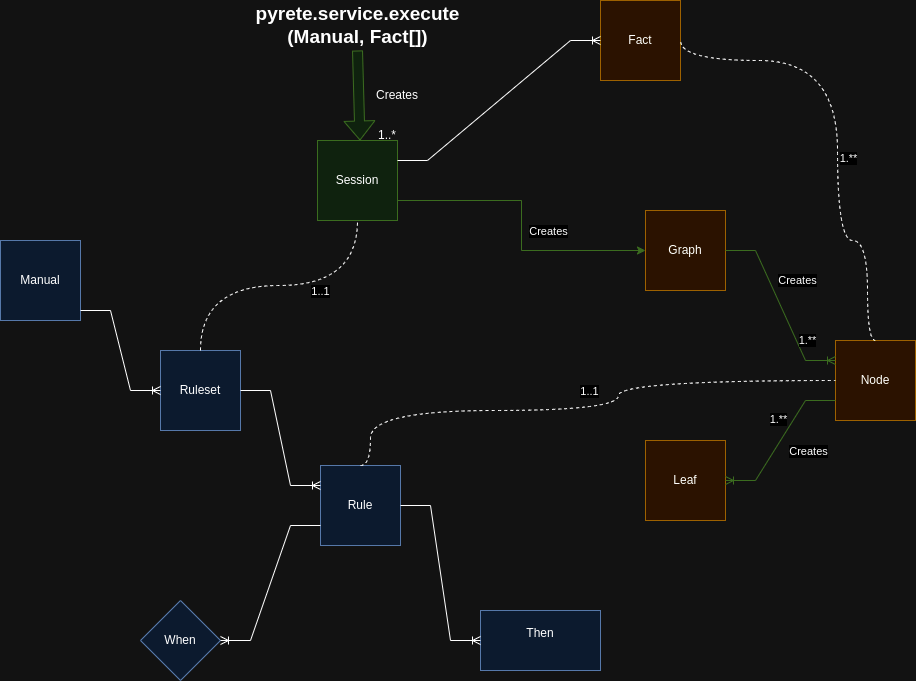
Above: doc/Pyrete-Entity-Relationship.drawio.png in amitchatterjee/knowledgenet (draw.io), before the change. Source tidied: cells renumbered, new cells last; positions are measured from the earlier drawing's top-left corner, leaving out a move shared by most shapes.
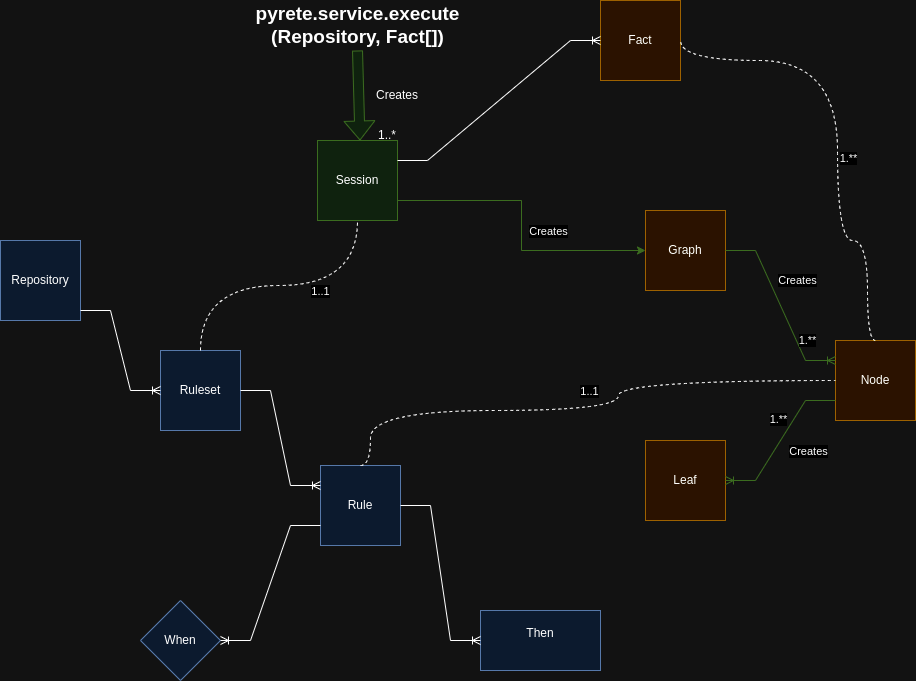
Later version of the same file.

Commit message:
Changed the name, manual, to repository

Diff of the diagram source:
```diff
@@ -2,7 +2,7 @@
   <root>
     <mxCell id="0" />
     <mxCell id="1" parent="0" />
-    <mxCell id="2" value="Manual" style="whiteSpace=wrap;html=1;fillColor=#dae8fc;strokeColor=#6c8ebf;" parent="1" vertex="1">
+    <mxCell id="2" value="Repository" style="whiteSpace=wrap;html=1;fillColor=#dae8fc;strokeColor=#6c8ebf;" parent="1" vertex="1">
       <mxGeometry y="240" width="80" height="80" as="geometry" />
     </mxCell>
     <mxCell id="3" value="Ruleset" style="whiteSpace=wrap;html=1;fillColor=#dae8fc;strokeColor=#6c8ebf;" parent="1" vertex="1">
@@ -137,7 +137,7 @@
         <mxPoint x="5" y="7" as="offset" />
       </mxGeometry>
     </mxCell>
-    <mxCell id="32" value="&lt;b&gt;&lt;font style=&quot;font-size: 19px;&quot;&gt;pyrete.service.execute (Manual, Fact[])&lt;/font&gt;&lt;/b&gt;" style="text;html=1;align=center;verticalAlign=middle;whiteSpace=wrap;rounded=0;" parent="1" vertex="1">
+    <mxCell id="32" value="&lt;b&gt;&lt;font style=&quot;font-size: 19px;&quot;&gt;pyrete.service.execute (Repository, Fact[])&lt;/font&gt;&lt;/b&gt;" style="text;html=1;align=center;verticalAlign=middle;whiteSpace=wrap;rounded=0;" parent="1" vertex="1">
       <mxGeometry x="268.8" width="176.5" height="50" as="geometry" />
     </mxCell>
     <mxCell id="33" value="Creates" style="text;html=1;align=center;verticalAlign=middle;whiteSpace=wrap;rounded=0;" parent="1" vertex="1">
```
